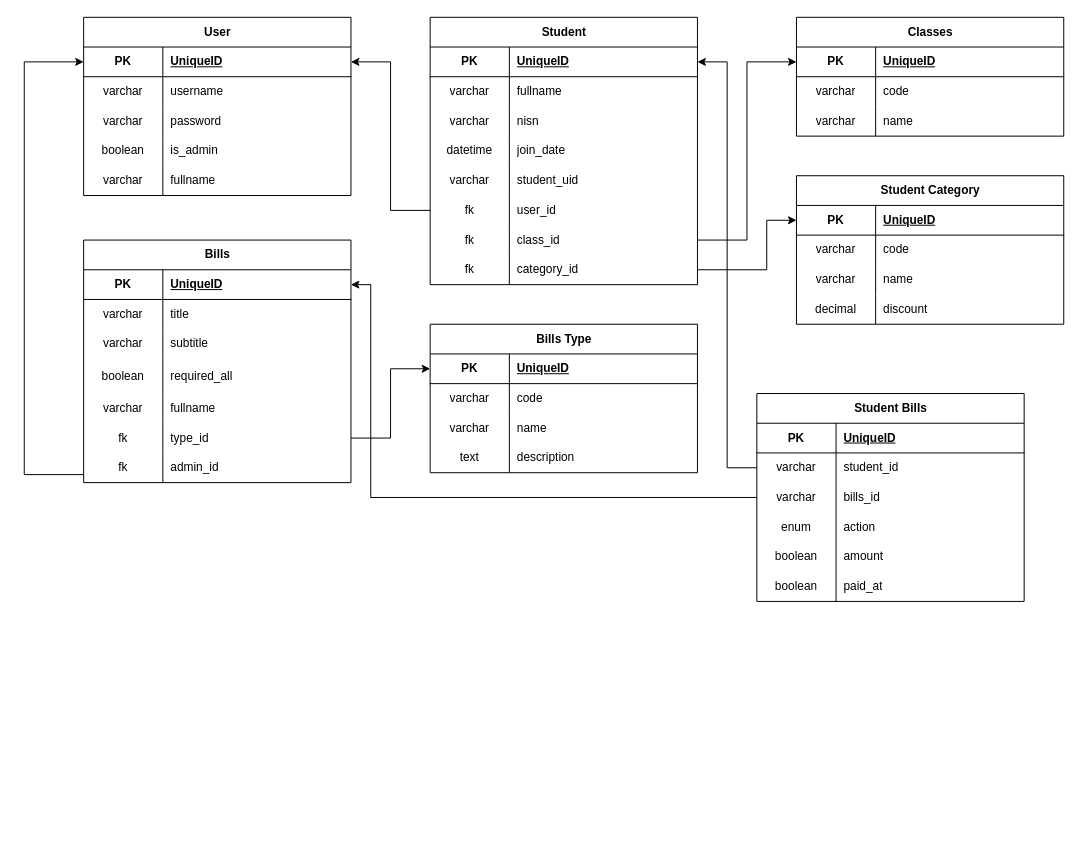
Earlier version of the draw.io diagram easy_payment_erd.drawio (Haru-Kazumoto/EasyPayment). Source tidied: cells renumbered, new cells numbered last; positions are measured from the earlier drawing's top-left corner, leaving out a move shared by most shapes. Both pictures are drawn from the tidied source at 99%, with x=0, y=0 at pixel (24, 17).
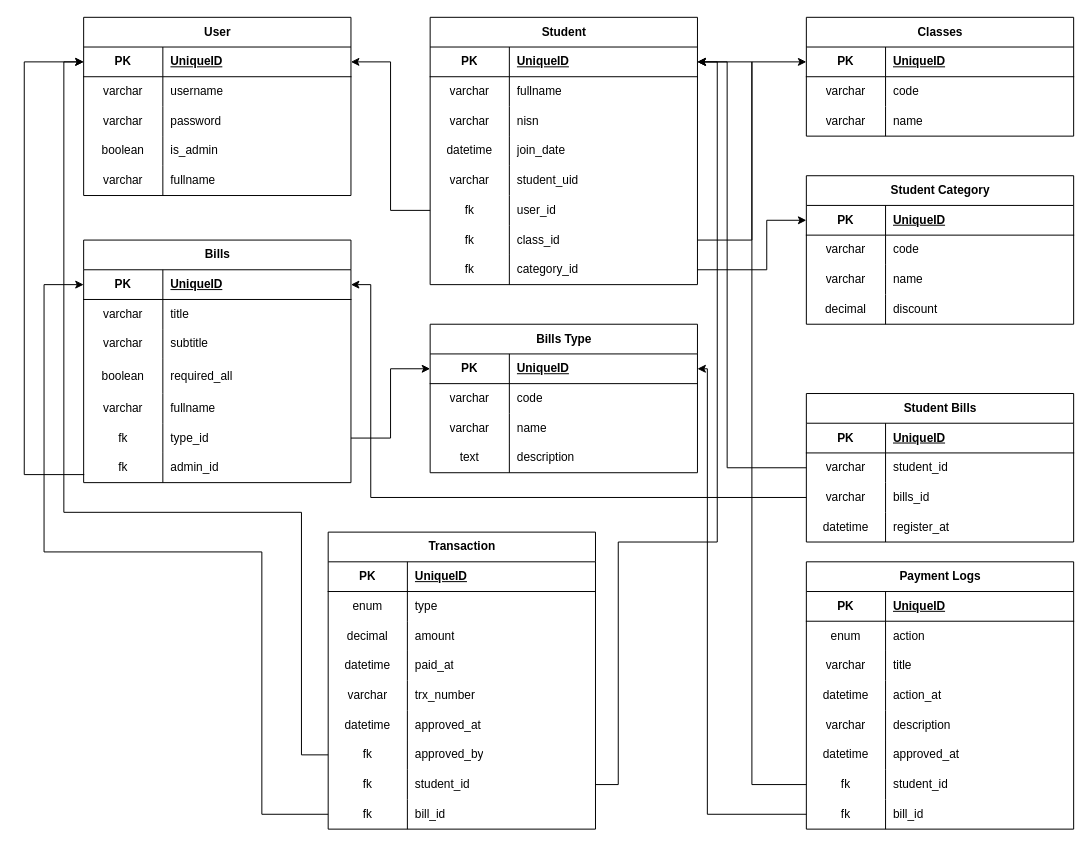
After the change.

Unchanged cells that the change refers to:
```xml
<mxCell id="3" style="shape=tableRow;horizontal=0;startSize=0;swimlaneHead=0;swimlaneBody=0;fillColor=none;points=[[0,0.5],[1,0.5]];portConstraint=eastwest;top=0;left=0;right=0;bottom=1;" parent="2" vertex="1">
  <mxGeometry y="30" width="270" height="30" as="geometry" />
</mxCell>
<mxCell id="29" style="shape=tableRow;horizontal=0;startSize=0;swimlaneHead=0;swimlaneBody=0;fillColor=none;points=[[0,0.5],[1,0.5]];portConstraint=eastwest;top=0;left=0;right=0;bottom=1;" parent="28" vertex="1">
  <mxGeometry y="30" width="270" height="30" as="geometry" />
</mxCell>
<mxCell id="56" style="shape=tableRow;horizontal=0;startSize=0;swimlaneHead=0;swimlaneBody=0;fillColor=none;points=[[0,0.5],[1,0.5]];portConstraint=eastwest;top=0;left=0;right=0;bottom=1;" parent="55" vertex="1">
  <mxGeometry y="30" width="270" height="30" as="geometry" />
</mxCell>
<mxCell id="78" style="shape=tableRow;horizontal=0;startSize=0;swimlaneHead=0;swimlaneBody=0;fillColor=none;points=[[0,0.5],[1,0.5]];portConstraint=eastwest;top=0;left=0;right=0;bottom=1;" parent="77" vertex="1">
  <mxGeometry y="30" width="270" height="30" as="geometry" />
</mxCell>
```

Change to the diagram source:
```diff
@@
     <mxCell id="18" value="Classes" style="shape=table;startSize=30;childLayout=tableLayout;rowLines=0;fontStyle=1;align=center;html=1;" parent="1" vertex="1">
-      <mxGeometry x="780" width="270" height="120" as="geometry" />
+      <mxGeometry x="790" width="270" height="120" as="geometry" />
     </mxCell>
@@
     <mxCell id="91" value="Student Category" style="shape=table;startSize=30;childLayout=tableLayout;rowLines=0;fontStyle=1;align=center;html=1;" parent="1" vertex="1">
-      <mxGeometry x="780" y="160" width="270" height="150" as="geometry" />
+      <mxGeometry x="790" y="160" width="270" height="150" as="geometry" />
     </mxCell>
@@
     <mxCell id="106" value="Student Bills" style="shape=table;startSize=30;childLayout=tableLayout;rowLines=0;fontStyle=1;align=center;html=1;" parent="1" vertex="1">
-      <mxGeometry x="740" y="380" width="270" height="210" as="geometry" />
+      <mxGeometry x="790" y="380" width="270" height="150" as="geometry" />
     </mxCell>
@@
-    <mxCell id="116" style="shape=tableRow;horizontal=0;startSize=0;swimlaneHead=0;swimlaneBody=0;fillColor=none;top=0;left=0;right=0;bottom=0;" parent="106" vertex="1">
-      <mxGeometry y="120" width="270" height="30" as="geometry" />
-    </mxCell>
-    <mxCell id="117" value="enum" style="shape=partialRectangle;fillColor=none;top=0;left=0;bottom=0;right=0;overflow=hidden;whiteSpace=wrap;html=1;" parent="116" vertex="1">
-      <mxGeometry width="80" height="30" as="geometry" />
-    </mxCell>
-    <mxCell id="118" value="action" style="shape=partialRectangle;fillColor=none;top=0;left=0;bottom=0;right=0;align=left;spacingLeft=6;overflow=hidden;whiteSpace=wrap;html=1;" parent="116" vertex="1">
-      <mxGeometry x="80" width="190" height="30" as="geometry" />
-    </mxCell>
-    <mxCell id="119" style="shape=tableRow;horizontal=0;startSize=0;swimlaneHead=0;swimlaneBody=0;fillColor=none;top=0;left=0;right=0;bottom=0;" parent="106" vertex="1">
-      <mxGeometry y="150" width="270" height="30" as="geometry" />
-    </mxCell>
-    <mxCell id="120" value="boolean" style="shape=partialRectangle;fillColor=none;top=0;left=0;bottom=0;right=0;overflow=hidden;whiteSpace=wrap;html=1;" parent="119" vertex="1">
-      <mxGeometry width="80" height="30" as="geometry" />
-    </mxCell>
-    <mxCell id="121" value="amount" style="shape=partialRectangle;fillColor=none;top=0;left=0;bottom=0;right=0;align=left;spacingLeft=6;overflow=hidden;whiteSpace=wrap;html=1;" parent="119" vertex="1">
-      <mxGeometry x="80" width="190" height="30" as="geometry" />
-    </mxCell>
     <mxCell id="122" style="shape=tableRow;horizontal=0;startSize=0;swimlaneHead=0;swimlaneBody=0;fillColor=none;top=0;left=0;right=0;bottom=0;" parent="106" vertex="1">
-      <mxGeometry y="180" width="270" height="30" as="geometry" />
+      <mxGeometry y="120" width="270" height="30" as="geometry" />
     </mxCell>
-    <mxCell id="123" value="boolean" style="shape=partialRectangle;fillColor=none;top=0;left=0;bottom=0;right=0;overflow=hidden;whiteSpace=wrap;html=1;" parent="122" vertex="1">
+    <mxCell id="123" value="datetime" style="shape=partialRectangle;fillColor=none;top=0;left=0;bottom=0;right=0;overflow=hidden;whiteSpace=wrap;html=1;" parent="122" vertex="1">
       <mxGeometry width="80" height="30" as="geometry" />
     </mxCell>
-    <mxCell id="124" value="paid_at" style="shape=partialRectangle;fillColor=none;top=0;left=0;bottom=0;right=0;align=left;spacingLeft=6;overflow=hidden;whiteSpace=wrap;html=1;" parent="122" vertex="1">
+    <mxCell id="124" value="register_at" style="shape=partialRectangle;fillColor=none;top=0;left=0;bottom=0;right=0;align=left;spacingLeft=6;overflow=hidden;whiteSpace=wrap;html=1;" parent="122" vertex="1">
       <mxGeometry x="80" width="190" height="30" as="geometry" />
     </mxCell>
@@
+    <mxCell id="127" value="Transaction" style="shape=table;startSize=30;childLayout=tableLayout;rowLines=0;fontStyle=1;align=center;html=1;" parent="1" vertex="1">
+      <mxGeometry x="307" y="520" width="270" height="300" as="geometry" />
+    </mxCell>
+    <mxCell id="128" style="shape=tableRow;horizontal=0;startSize=0;swimlaneHead=0;swimlaneBody=0;fillColor=none;top=0;left=0;right=0;bottom=1;" parent="127" vertex="1">
+      <mxGeometry y="30" width="270" height="30" as="geometry" />
+    </mxCell>
+    <mxCell id="129" value="PK" style="shape=partialRectangle;fillColor=none;top=0;left=0;bottom=0;right=0;fontStyle=1;overflow=hidden;whiteSpace=wrap;html=1;" parent="128" vertex="1">
+      <mxGeometry width="80" height="30" as="geometry" />
+    </mxCell>
+    <mxCell id="130" value="UniqueID" style="shape=partialRectangle;fillColor=none;top=0;left=0;bottom=0;right=0;align=left;spacingLeft=6;fontStyle=5;overflow=hidden;whiteSpace=wrap;html=1;" parent="128" vertex="1">
+      <mxGeometry x="80" width="190" height="30" as="geometry" />
+    </mxCell>
+    <mxCell id="131" style="shape=tableRow;horizontal=0;startSize=0;swimlaneHead=0;swimlaneBody=0;fillColor=none;top=0;left=0;right=0;bottom=0;" parent="127" vertex="1">
+      <mxGeometry y="60" width="270" height="30" as="geometry" />
+    </mxCell>
+    <mxCell id="132" value="enum" style="shape=partialRectangle;fillColor=none;top=0;left=0;bottom=0;right=0;overflow=hidden;whiteSpace=wrap;html=1;" parent="131" vertex="1">
+      <mxGeometry width="80" height="30" as="geometry" />
+    </mxCell>
+    <mxCell id="133" value="type" style="shape=partialRectangle;fillColor=none;top=0;left=0;bottom=0;right=0;align=left;spacingLeft=6;overflow=hidden;whiteSpace=wrap;html=1;" parent="131" vertex="1">
+      <mxGeometry x="80" width="190" height="30" as="geometry" />
+    </mxCell>
+    <mxCell id="134" style="shape=tableRow;horizontal=0;startSize=0;swimlaneHead=0;swimlaneBody=0;fillColor=none;top=0;left=0;right=0;bottom=0;" parent="127" vertex="1">
+      <mxGeometry y="90" width="270" height="30" as="geometry" />
+    </mxCell>
+    <mxCell id="135" value="decimal" style="shape=partialRectangle;fillColor=none;top=0;left=0;bottom=0;right=0;overflow=hidden;whiteSpace=wrap;html=1;" parent="134" vertex="1">
+      <mxGeometry width="80" height="30" as="geometry" />
+    </mxCell>
+    <mxCell id="121" value="amount" style="shape=partialRectangle;fillColor=none;top=0;left=0;bottom=0;right=0;align=left;spacingLeft=6;overflow=hidden;whiteSpace=wrap;html=1;" parent="134" vertex="1">
+      <mxGeometry x="80" width="190" height="30" as="geometry" />
+    </mxCell>
+    <mxCell id="136" style="shape=tableRow;horizontal=0;startSize=0;swimlaneHead=0;swimlaneBody=0;fillColor=none;top=0;left=0;right=0;bottom=0;" parent="127" vertex="1">
+      <mxGeometry y="120" width="270" height="30" as="geometry" />
+    </mxCell>
+    <mxCell id="137" value="datetime" style="shape=partialRectangle;fillColor=none;top=0;left=0;bottom=0;right=0;overflow=hidden;whiteSpace=wrap;html=1;" parent="136" vertex="1">
+      <mxGeometry width="80" height="30" as="geometry" />
+    </mxCell>
+    <mxCell id="138" value="paid_at" style="shape=partialRectangle;fillColor=none;top=0;left=0;bottom=0;right=0;align=left;spacingLeft=6;overflow=hidden;whiteSpace=wrap;html=1;" parent="136" vertex="1">
+      <mxGeometry x="80" width="190" height="30" as="geometry" />
+    </mxCell>
+    <mxCell id="139" style="shape=tableRow;horizontal=0;startSize=0;swimlaneHead=0;swimlaneBody=0;fillColor=none;top=0;left=0;right=0;bottom=0;" parent="127" vertex="1">
+      <mxGeometry y="150" width="270" height="30" as="geometry" />
+    </mxCell>
+    <mxCell id="140" value="varchar" style="shape=partialRectangle;fillColor=none;top=0;left=0;bottom=0;right=0;overflow=hidden;whiteSpace=wrap;html=1;" parent="139" vertex="1">
+      <mxGeometry width="80" height="30" as="geometry" />
+    </mxCell>
+    <mxCell id="141" value="trx_number" style="shape=partialRectangle;fillColor=none;top=0;left=0;bottom=0;right=0;align=left;spacingLeft=6;overflow=hidden;whiteSpace=wrap;html=1;" parent="139" vertex="1">
+      <mxGeometry x="80" width="190" height="30" as="geometry" />
+    </mxCell>
+    <mxCell id="142" style="shape=tableRow;horizontal=0;startSize=0;swimlaneHead=0;swimlaneBody=0;fillColor=none;top=0;left=0;right=0;bottom=0;" parent="127" vertex="1">
+      <mxGeometry y="180" width="270" height="30" as="geometry" />
+    </mxCell>
+    <mxCell id="143" value="datetime" style="shape=partialRectangle;fillColor=none;top=0;left=0;bottom=0;right=0;overflow=hidden;whiteSpace=wrap;html=1;" parent="142" vertex="1">
+      <mxGeometry width="80" height="30" as="geometry" />
+    </mxCell>
+    <mxCell id="144" value="approved_at" style="shape=partialRectangle;fillColor=none;top=0;left=0;bottom=0;right=0;align=left;spacingLeft=6;overflow=hidden;whiteSpace=wrap;html=1;" parent="142" vertex="1">
+      <mxGeometry x="80" width="190" height="30" as="geometry" />
+    </mxCell>
+    <mxCell id="145" style="shape=tableRow;horizontal=0;startSize=0;swimlaneHead=0;swimlaneBody=0;fillColor=none;points=[[0,0.5],[1,0.5]];portConstraint=eastwest;top=0;left=0;right=0;bottom=0;" parent="127" vertex="1">
+      <mxGeometry y="210" width="270" height="30" as="geometry" />
+    </mxCell>
+    <mxCell id="146" value="fk" style="shape=partialRectangle;fillColor=none;top=0;left=0;bottom=0;right=0;overflow=hidden;whiteSpace=wrap;html=1;" parent="145" vertex="1">
+      <mxGeometry width="80" height="30" as="geometry" />
+    </mxCell>
+    <mxCell id="147" value="approved_by" style="shape=partialRectangle;fillColor=none;top=0;left=0;bottom=0;right=0;align=left;spacingLeft=6;overflow=hidden;whiteSpace=wrap;html=1;" parent="145" vertex="1">
+      <mxGeometry x="80" width="190" height="30" as="geometry" />
+    </mxCell>
+    <mxCell id="148" style="shape=tableRow;horizontal=0;startSize=0;swimlaneHead=0;swimlaneBody=0;fillColor=none;points=[[0,0.5],[1,0.5]];portConstraint=eastwest;top=0;left=0;right=0;bottom=0;" parent="127" vertex="1">
+      <mxGeometry y="240" width="270" height="30" as="geometry" />
+    </mxCell>
+    <mxCell id="149" value="fk" style="shape=partialRectangle;fillColor=none;top=0;left=0;bottom=0;right=0;overflow=hidden;whiteSpace=wrap;html=1;" parent="148" vertex="1">
+      <mxGeometry width="80" height="30" as="geometry" />
+    </mxCell>
+    <mxCell id="150" value="student_id" style="shape=partialRectangle;fillColor=none;top=0;left=0;bottom=0;right=0;align=left;spacingLeft=6;overflow=hidden;whiteSpace=wrap;html=1;" parent="148" vertex="1">
+      <mxGeometry x="80" width="190" height="30" as="geometry" />
+    </mxCell>
+    <mxCell id="151" style="shape=tableRow;horizontal=0;startSize=0;swimlaneHead=0;swimlaneBody=0;fillColor=none;points=[[0,0.5],[1,0.5]];portConstraint=eastwest;top=0;left=0;right=0;bottom=0;" parent="127" vertex="1">
+      <mxGeometry y="270" width="270" height="30" as="geometry" />
+    </mxCell>
+    <mxCell id="152" value="fk" style="shape=partialRectangle;fillColor=none;top=0;left=0;bottom=0;right=0;overflow=hidden;whiteSpace=wrap;html=1;" parent="151" vertex="1">
+      <mxGeometry width="80" height="30" as="geometry" />
+    </mxCell>
+    <mxCell id="153" value="bill_id" style="shape=partialRectangle;fillColor=none;top=0;left=0;bottom=0;right=0;align=left;spacingLeft=6;overflow=hidden;whiteSpace=wrap;html=1;" parent="151" vertex="1">
+      <mxGeometry x="80" width="190" height="30" as="geometry" />
+    </mxCell>
+    <mxCell id="154" style="edgeStyle=orthogonalEdgeStyle;rounded=0;jettySize=auto;html=1;entryX=0;entryY=0.5;entryDx=0;entryDy=0;" parent="1" edge="1" source="145" target="3">
+      <mxGeometry relative="1" as="geometry">
+        <Array as="points">
+          <mxPoint x="280" y="745" />
+          <mxPoint x="280" y="500" />
+          <mxPoint x="40" y="500" />
+          <mxPoint x="40" y="45" />
+        </Array>
+      </mxGeometry>
+    </mxCell>
+    <mxCell id="155" style="edgeStyle=orthogonalEdgeStyle;rounded=0;jettySize=auto;html=1;entryX=1;entryY=0.5;entryDx=0;entryDy=0;" parent="1" edge="1" source="148" target="29">
+      <mxGeometry relative="1" as="geometry">
+        <Array as="points">
+          <mxPoint x="600" y="775" />
+          <mxPoint x="600" y="530" />
+          <mxPoint x="700" y="530" />
+          <mxPoint x="700" y="45" />
+        </Array>
+      </mxGeometry>
+    </mxCell>
+    <mxCell id="156" style="edgeStyle=orthogonalEdgeStyle;rounded=0;jettySize=auto;html=1;entryX=0;entryY=0.5;entryDx=0;entryDy=0;" parent="1" edge="1" source="151" target="56">
+      <mxGeometry relative="1" as="geometry">
+        <Array as="points">
+          <mxPoint x="240" y="805" />
+          <mxPoint x="240" y="540" />
+          <mxPoint x="20" y="540" />
+          <mxPoint x="20" y="270" />
+        </Array>
+      </mxGeometry>
+    </mxCell>
+    <mxCell id="157" value="Payment Logs" style="shape=table;startSize=30;childLayout=tableLayout;rowLines=0;fontStyle=1;align=center;html=1;" parent="1" vertex="1">
+      <mxGeometry x="790" y="550" width="270" height="270" as="geometry" />
+    </mxCell>
+    <mxCell id="158" style="shape=tableRow;horizontal=0;startSize=0;swimlaneHead=0;swimlaneBody=0;fillColor=none;top=0;left=0;right=0;bottom=1;" parent="157" vertex="1">
+      <mxGeometry y="30" width="270" height="30" as="geometry" />
+    </mxCell>
+    <mxCell id="159" value="PK" style="shape=partialRectangle;fillColor=none;top=0;left=0;bottom=0;right=0;fontStyle=1;overflow=hidden;whiteSpace=wrap;html=1;" parent="158" vertex="1">
+      <mxGeometry width="80" height="30" as="geometry" />
+    </mxCell>
+    <mxCell id="160" value="UniqueID" style="shape=partialRectangle;fillColor=none;top=0;left=0;bottom=0;right=0;align=left;spacingLeft=6;fontStyle=5;overflow=hidden;whiteSpace=wrap;html=1;" parent="158" vertex="1">
+      <mxGeometry x="80" width="190" height="30" as="geometry" />
+    </mxCell>
+    <mxCell id="161" style="shape=tableRow;horizontal=0;startSize=0;swimlaneHead=0;swimlaneBody=0;fillColor=none;top=0;left=0;right=0;bottom=0;" parent="157" vertex="1">
+      <mxGeometry y="60" width="270" height="30" as="geometry" />
+    </mxCell>
+    <mxCell id="162" value="enum" style="shape=partialRectangle;fillColor=none;top=0;left=0;bottom=0;right=0;overflow=hidden;whiteSpace=wrap;html=1;" parent="161" vertex="1">
+      <mxGeometry width="80" height="30" as="geometry" />
+    </mxCell>
+    <mxCell id="118" value="action" style="shape=partialRectangle;fillColor=none;top=0;left=0;bottom=0;right=0;align=left;spacingLeft=6;overflow=hidden;whiteSpace=wrap;html=1;" parent="161" vertex="1">
+      <mxGeometry x="80" width="190" height="30" as="geometry" />
+    </mxCell>
+    <mxCell id="163" style="shape=tableRow;horizontal=0;startSize=0;swimlaneHead=0;swimlaneBody=0;fillColor=none;top=0;left=0;right=0;bottom=0;" parent="157" vertex="1">
+      <mxGeometry y="90" width="270" height="30" as="geometry" />
+    </mxCell>
+    <mxCell id="164" value="varchar" style="shape=partialRectangle;fillColor=none;top=0;left=0;bottom=0;right=0;overflow=hidden;whiteSpace=wrap;html=1;" parent="163" vertex="1">
+      <mxGeometry width="80" height="30" as="geometry" />
+    </mxCell>
+    <mxCell id="165" value="title" style="shape=partialRectangle;fillColor=none;top=0;left=0;bottom=0;right=0;align=left;spacingLeft=6;overflow=hidden;whiteSpace=wrap;html=1;" parent="163" vertex="1">
+      <mxGeometry x="80" width="190" height="30" as="geometry" />
+    </mxCell>
+    <mxCell id="166" style="shape=tableRow;horizontal=0;startSize=0;swimlaneHead=0;swimlaneBody=0;fillColor=none;top=0;left=0;right=0;bottom=0;" parent="157" vertex="1">
+      <mxGeometry y="120" width="270" height="30" as="geometry" />
+    </mxCell>
+    <mxCell id="167" value="datetime" style="shape=partialRectangle;fillColor=none;top=0;left=0;bottom=0;right=0;overflow=hidden;whiteSpace=wrap;html=1;" parent="166" vertex="1">
+      <mxGeometry width="80" height="30" as="geometry" />
+    </mxCell>
+    <mxCell id="168" value="action_at" style="shape=partialRectangle;fillColor=none;top=0;left=0;bottom=0;right=0;align=left;spacingLeft=6;overflow=hidden;whiteSpace=wrap;html=1;" parent="166" vertex="1">
+      <mxGeometry x="80" width="190" height="30" as="geometry" />
+    </mxCell>
+    <mxCell id="169" style="shape=tableRow;horizontal=0;startSize=0;swimlaneHead=0;swimlaneBody=0;fillColor=none;top=0;left=0;right=0;bottom=0;" parent="157" vertex="1">
+      <mxGeometry y="150" width="270" height="30" as="geometry" />
+    </mxCell>
+    <mxCell id="170" value="varchar" style="shape=partialRectangle;fillColor=none;top=0;left=0;bottom=0;right=0;overflow=hidden;whiteSpace=wrap;html=1;" parent="169" vertex="1">
+      <mxGeometry width="80" height="30" as="geometry" />
+    </mxCell>
+    <mxCell id="171" value="description" style="shape=partialRectangle;fillColor=none;top=0;left=0;bottom=0;right=0;align=left;spacingLeft=6;overflow=hidden;whiteSpace=wrap;html=1;" parent="169" vertex="1">
+      <mxGeometry x="80" width="190" height="30" as="geometry" />
+    </mxCell>
+    <mxCell id="172" style="shape=tableRow;horizontal=0;startSize=0;swimlaneHead=0;swimlaneBody=0;fillColor=none;top=0;left=0;right=0;bottom=0;" parent="157" vertex="1">
+      <mxGeometry y="180" width="270" height="30" as="geometry" />
+    </mxCell>
+    <mxCell id="173" value="datetime" style="shape=partialRectangle;fillColor=none;top=0;left=0;bottom=0;right=0;overflow=hidden;whiteSpace=wrap;html=1;" parent="172" vertex="1">
+      <mxGeometry width="80" height="30" as="geometry" />
+    </mxCell>
+    <mxCell id="174" value="approved_at" style="shape=partialRectangle;fillColor=none;top=0;left=0;bottom=0;right=0;align=left;spacingLeft=6;overflow=hidden;whiteSpace=wrap;html=1;" parent="172" vertex="1">
+      <mxGeometry x="80" width="190" height="30" as="geometry" />
+    </mxCell>
+    <mxCell id="175" style="shape=tableRow;horizontal=0;startSize=0;swimlaneHead=0;swimlaneBody=0;fillColor=none;points=[[0,0.5],[1,0.5]];portConstraint=eastwest;top=0;left=0;right=0;bottom=0;" parent="157" vertex="1">
+      <mxGeometry y="210" width="270" height="30" as="geometry" />
+    </mxCell>
+    <mxCell id="176" value="fk" style="shape=partialRectangle;fillColor=none;top=0;left=0;bottom=0;right=0;overflow=hidden;whiteSpace=wrap;html=1;" parent="175" vertex="1">
+      <mxGeometry width="80" height="30" as="geometry" />
+    </mxCell>
+    <mxCell id="177" value="student_id" style="shape=partialRectangle;fillColor=none;top=0;left=0;bottom=0;right=0;align=left;spacingLeft=6;overflow=hidden;whiteSpace=wrap;html=1;" parent="175" vertex="1">
+      <mxGeometry x="80" width="190" height="30" as="geometry" />
+    </mxCell>
+    <mxCell id="178" style="shape=tableRow;horizontal=0;startSize=0;swimlaneHead=0;swimlaneBody=0;fillColor=none;points=[[0,0.5],[1,0.5]];portConstraint=eastwest;top=0;left=0;right=0;bottom=0;" parent="157" vertex="1">
+      <mxGeometry y="240" width="270" height="30" as="geometry" />
+    </mxCell>
+    <mxCell id="179" value="fk" style="shape=partialRectangle;fillColor=none;top=0;left=0;bottom=0;right=0;overflow=hidden;whiteSpace=wrap;html=1;" parent="178" vertex="1">
+      <mxGeometry width="80" height="30" as="geometry" />
+    </mxCell>
+    <mxCell id="180" value="bill_id" style="shape=partialRectangle;fillColor=none;top=0;left=0;bottom=0;right=0;align=left;spacingLeft=6;overflow=hidden;whiteSpace=wrap;html=1;" parent="178" vertex="1">
+      <mxGeometry x="80" width="190" height="30" as="geometry" />
+    </mxCell>
+    <mxCell id="181" style="edgeStyle=orthogonalEdgeStyle;rounded=0;jettySize=auto;html=1;entryX=1;entryY=0.5;entryDx=0;entryDy=0;" parent="1" edge="1" source="175" target="29">
+      <mxGeometry relative="1" as="geometry" />
+    </mxCell>
+    <mxCell id="182" style="edgeStyle=orthogonalEdgeStyle;rounded=0;jettySize=auto;html=1;" parent="1" edge="1" source="178" target="78">
+      <mxGeometry relative="1" as="geometry">
+        <Array as="points">
+          <mxPoint x="690" y="805" />
+          <mxPoint x="690" y="355" />
+        </Array>
+      </mxGeometry>
+    </mxCell>
```
